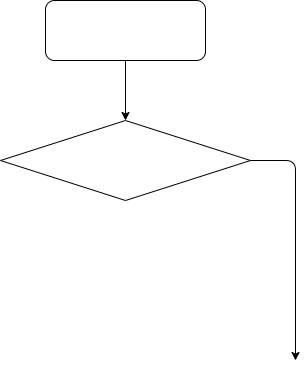
Before: EVG_EOL.png, a diagram exported from draw.io (woshitanwang/pics_procdure). Source tidied: cells renumbered, new cells last; positions are measured from the earlier drawing's top-left corner, leaving out a move shared by most shapes.
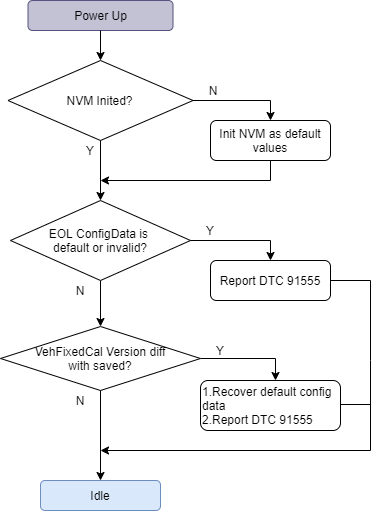
Later version of the same file.

What changed in the source:
```diff
@@ -2,24 +2,117 @@
   <root>
     <mxCell id="0" />
     <mxCell id="1" parent="0" />
-    <mxCell id="2" style="rounded=1;whiteSpace=wrap;html=1;" parent="1" vertex="1">
-      <mxGeometry x="45" width="160" height="60" as="geometry" />
+    <mxCell id="2" value="Power Up" style="rounded=1;whiteSpace=wrap;html=1;strokeColor=#56517e;fillColor=#C3C1D4;" parent="1" vertex="1">
+      <mxGeometry x="-237.5" y="-50" width="145" height="30" as="geometry" />
     </mxCell>
-    <mxCell id="3" style="rhombus;whiteSpace=wrap;html=1;" parent="1" vertex="1">
-      <mxGeometry y="120" width="250" height="80" as="geometry" />
+    <mxCell id="3" value="NVM Inited?" style="rhombus;whiteSpace=wrap;html=1;" parent="1" vertex="1">
+      <mxGeometry x="-257.5" y="10" width="185" height="80" as="geometry" />
     </mxCell>
     <mxCell id="4" style="endArrow=classic;html=1;exitX=0.5;exitY=1;exitDx=0;exitDy=0;" parent="1" edge="1" source="2">
       <mxGeometry relative="1" as="geometry">
-        <mxPoint x="125" y="120" as="targetPoint" />
+        <mxPoint x="-165" y="10" as="targetPoint" />
       </mxGeometry>
     </mxCell>
-    <mxCell id="5" style="endArrow=classic;html=1;exitX=1;exitY=0.5;exitDx=0;exitDy=0;" parent="1" edge="1" source="3">
-      <mxGeometry relative="1" as="geometry">
-        <mxPoint x="295" y="360" as="targetPoint" />
-        <Array as="points">
-          <mxPoint x="295" y="160" />
-        </Array>
-      </mxGeometry>
-    </mxCell>
+    <mxCell id="6" value="Init NVM as default values" style="rounded=1;whiteSpace=wrap;html=1;" parent="1" vertex="1">
+      <mxGeometry x="-55" y="70" width="120" height="40" as="geometry" />
+    </mxCell>
+    <mxCell id="7" style="endArrow=classic;html=1;rounded=0;exitX=1;exitY=0.5;exitDx=0;exitDy=0;" parent="1" edge="1" source="3">
+      <mxGeometry relative="1" as="geometry">
+        <mxPoint x="5" y="70" as="targetPoint" />
+        <Array as="points">
+          <mxPoint x="5" y="50" />
+        </Array>
+      </mxGeometry>
+    </mxCell>
+    <mxCell id="8" style="edgeStyle=orthogonalEdgeStyle;rounded=0;jettySize=auto;html=1;entryX=0.5;entryY=0;entryDx=0;entryDy=0;" parent="1" edge="1" source="9" target="14">
+      <mxGeometry relative="1" as="geometry" />
+    </mxCell>
+    <mxCell id="9" value="EOL ConfigData is &lt;br&gt;default or invalid?" style="rhombus;whiteSpace=wrap;html=1;fillColor=#FFFFFF;" parent="1" vertex="1">
+      <mxGeometry x="-255" y="150" width="180" height="80" as="geometry" />
+    </mxCell>
+    <mxCell id="10" style="endArrow=classic;html=1;rounded=0;" parent="1" edge="1">
+      <mxGeometry relative="1" as="geometry">
+        <mxPoint x="5" y="110" as="sourcePoint" />
+        <mxPoint x="-165" y="130" as="targetPoint" />
+        <Array as="points">
+          <mxPoint x="5" y="130" />
+        </Array>
+      </mxGeometry>
+    </mxCell>
+    <mxCell id="11" style="edgeStyle=orthogonalEdgeStyle;rounded=0;orthogonalLoop=1;jettySize=auto;html=1;exitX=0.5;exitY=1;exitDx=0;exitDy=0;" parent="1" edge="1" source="9" target="9">
+      <mxGeometry relative="1" as="geometry" />
+    </mxCell>
+    <mxCell id="12" style="endArrow=classic;html=1;" parent="1" edge="1" target="9">
+      <mxGeometry relative="1" as="geometry">
+        <mxPoint x="-165" y="90" as="sourcePoint" />
+      </mxGeometry>
+    </mxCell>
+    <mxCell id="13" style="edgeStyle=orthogonalEdgeStyle;rounded=0;jettySize=auto;html=1;" parent="1" edge="1" source="14" target="17">
+      <mxGeometry relative="1" as="geometry">
+        <Array as="points">
+          <mxPoint x="10" y="308" />
+        </Array>
+      </mxGeometry>
+    </mxCell>
+    <mxCell id="14" value="VehFixedCal Version diff&lt;br&gt;with saved?" style="rhombus;whiteSpace=wrap;html=1;fillColor=#FFFFFF;" parent="1" vertex="1">
+      <mxGeometry x="-265" y="276" width="200" height="64" as="geometry" />
+    </mxCell>
+    <mxCell id="15" value="Report DTC 91555" style="rounded=1;whiteSpace=wrap;html=1;fillColor=#FFFFFF;" parent="1" vertex="1">
+      <mxGeometry x="-55" y="210" width="120" height="40" as="geometry" />
+    </mxCell>
+    <mxCell id="16" style="endArrow=classic;html=1;entryX=0.5;entryY=0;entryDx=0;entryDy=0;rounded=0;" parent="1" edge="1" target="15">
+      <mxGeometry relative="1" as="geometry">
+        <mxPoint x="-75" y="190" as="sourcePoint" />
+        <Array as="points">
+          <mxPoint x="5" y="190" />
+        </Array>
+      </mxGeometry>
+    </mxCell>
+    <mxCell id="17" value="&lt;div&gt;&lt;span&gt;1.Recover default config data&lt;/span&gt;&lt;/div&gt;2.Report DTC 91555" style="rounded=1;whiteSpace=wrap;html=1;fillColor=#FFFFFF;align=left;" parent="1" vertex="1">
+      <mxGeometry x="-65" y="330" width="140" height="50" as="geometry" />
+    </mxCell>
+    <mxCell id="18" value="Idle" style="rounded=1;whiteSpace=wrap;html=1;fillColor=#dae8fc;strokeColor=#6c8ebf;" parent="1" vertex="1">
+      <mxGeometry x="-225" y="430" width="120" height="30" as="geometry" />
+    </mxCell>
+    <mxCell id="19" style="endArrow=classic;html=1;rounded=0;" parent="1" edge="1">
+      <mxGeometry relative="1" as="geometry">
+        <mxPoint x="65" y="230" as="sourcePoint" />
+        <mxPoint x="-165" y="400" as="targetPoint" />
+        <Array as="points">
+          <mxPoint x="105" y="230" />
+          <mxPoint x="105" y="310" />
+          <mxPoint x="105" y="400" />
+        </Array>
+      </mxGeometry>
+    </mxCell>
+    <mxCell id="20" style="endArrow=none;html=1;" parent="1" edge="1">
+      <mxGeometry relative="1" as="geometry">
+        <mxPoint x="75" y="354" as="sourcePoint" />
+        <mxPoint x="105" y="354" as="targetPoint" />
+      </mxGeometry>
+    </mxCell>
+    <mxCell id="21" style="endArrow=classic;html=1;entryX=0.5;entryY=0;entryDx=0;entryDy=0;" parent="1" edge="1" target="18">
+      <mxGeometry relative="1" as="geometry">
+        <mxPoint x="-165" y="340" as="sourcePoint" />
+      </mxGeometry>
+    </mxCell>
+    <mxCell id="22" value="N" style="text;html=1;strokeColor=none;fillColor=none;align=center;verticalAlign=middle;whiteSpace=wrap;rounded=0;" parent="1" vertex="1">
+      <mxGeometry x="-72.5" y="30" width="40" height="20" as="geometry" />
+    </mxCell>
+    <mxCell id="23" value="Y" style="text;html=1;strokeColor=none;fillColor=none;align=center;verticalAlign=middle;whiteSpace=wrap;rounded=0;" parent="1" vertex="1">
+      <mxGeometry x="-195" y="90" width="40" height="20" as="geometry" />
+    </mxCell>
+    <mxCell id="24" value="N" style="text;html=1;strokeColor=none;fillColor=none;align=center;verticalAlign=middle;whiteSpace=wrap;rounded=0;" parent="1" vertex="1">
+      <mxGeometry x="-205" y="230" width="40" height="20" as="geometry" />
+    </mxCell>
+    <mxCell id="25" value="Y" style="text;html=1;strokeColor=none;fillColor=none;align=center;verticalAlign=middle;whiteSpace=wrap;rounded=0;" parent="1" vertex="1">
+      <mxGeometry x="-75" y="170" width="40" height="20" as="geometry" />
+    </mxCell>
+    <mxCell id="26" value="Y" style="text;html=1;strokeColor=none;fillColor=none;align=center;verticalAlign=middle;whiteSpace=wrap;rounded=0;" parent="1" vertex="1">
+      <mxGeometry x="-65" y="290" width="40" height="20" as="geometry" />
+    </mxCell>
+    <mxCell id="27" value="N" style="text;html=1;strokeColor=none;fillColor=none;align=center;verticalAlign=middle;whiteSpace=wrap;rounded=0;" parent="1" vertex="1">
+      <mxGeometry x="-205" y="340" width="40" height="20" as="geometry" />
+    </mxCell>
   </root>
 </mxGraphModel>
```
